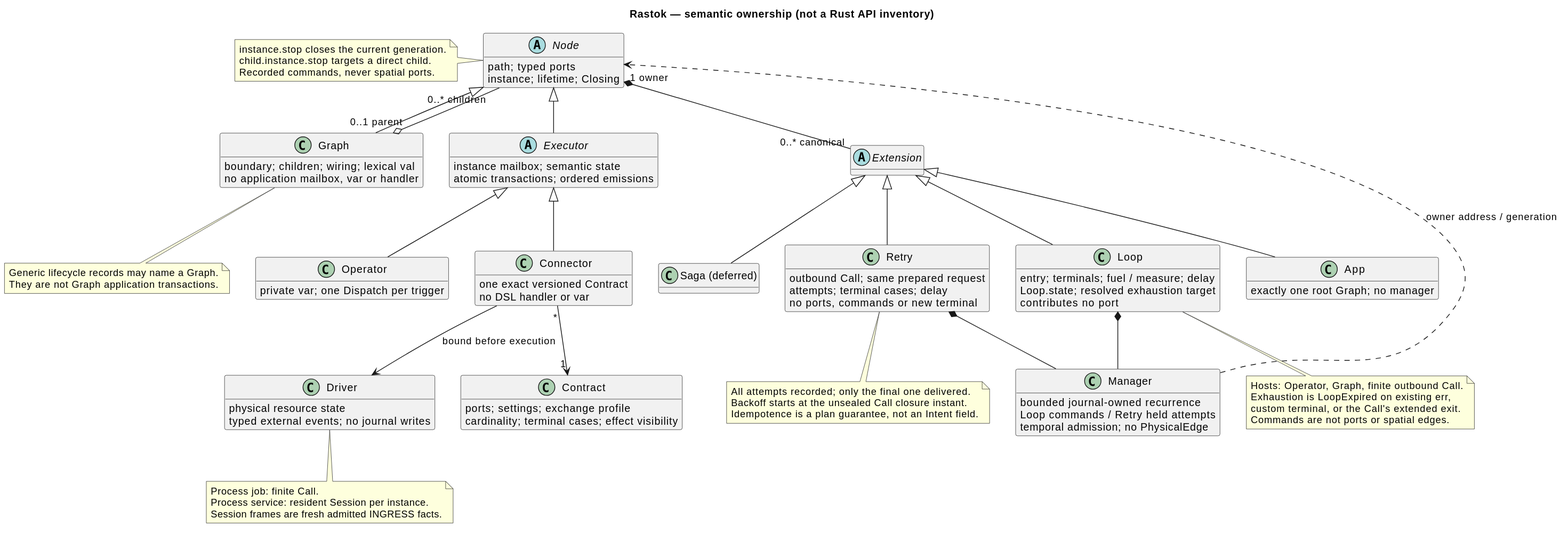
The PlantUML diagram docs/architecture/07-node-executor-extension.svg in rastok-io/rastok, before a commit.
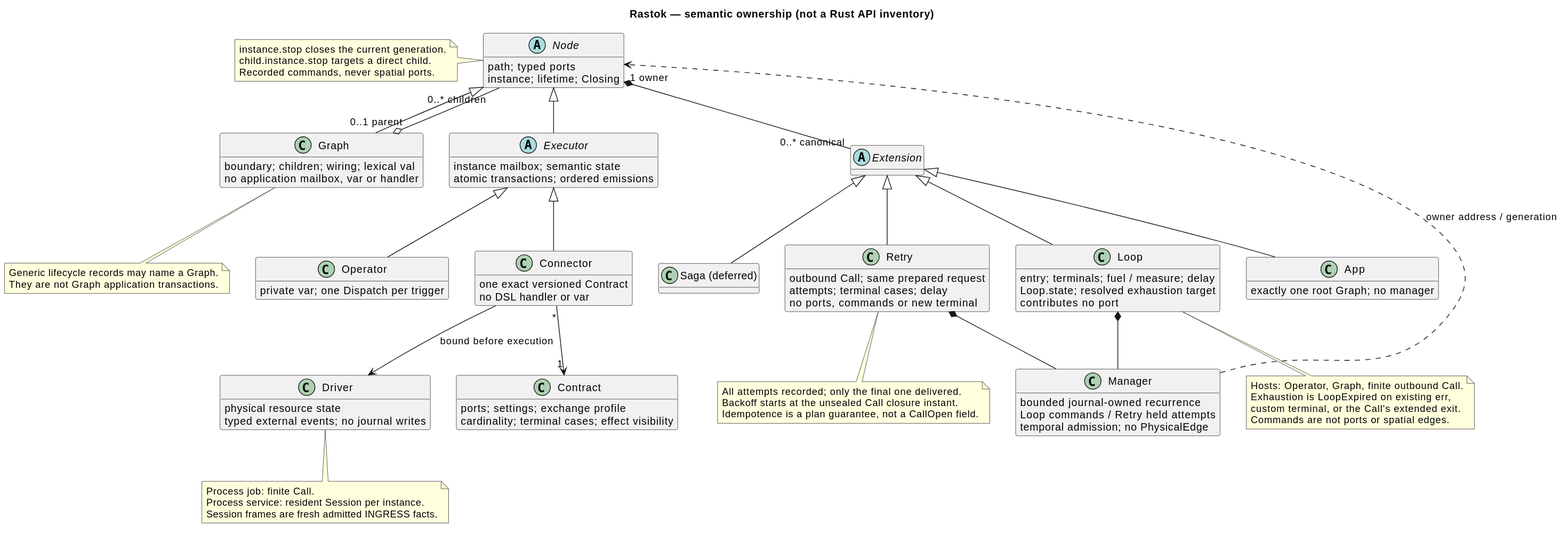
After the commit.

The edit, as a diff of the source:
```diff
@@ -88,7 +88,7 @@
 note bottom of Retry
 All attempts recorded; only the final one delivered.
 Backoff starts at the unsealed Call closure instant.
-Idempotence is a plan guarantee, not an Intent field.
+Idempotence is a plan guarantee, not a CallOpen field.
 end note
 note bottom of Driver
 Process job: finite Call.
```
